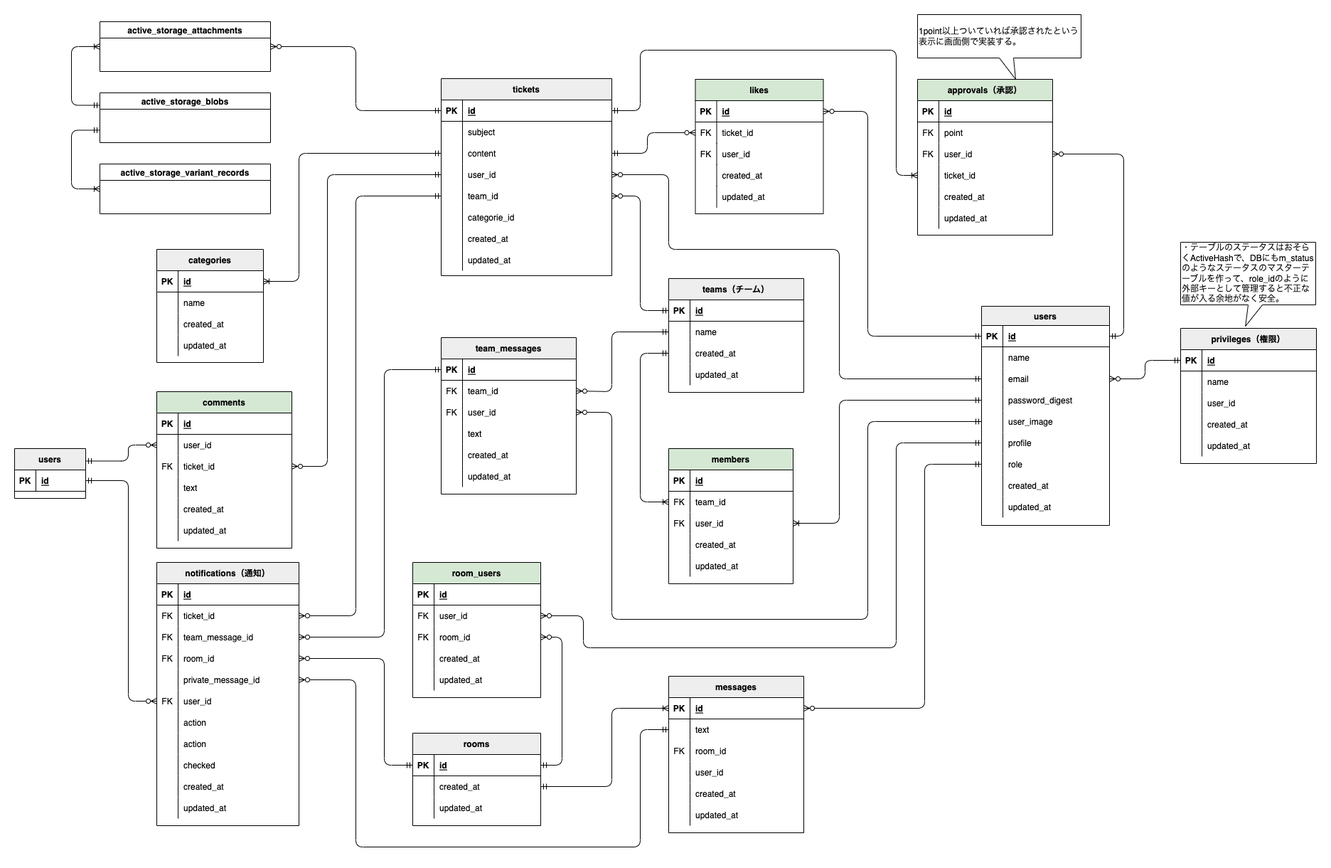
Above: app/assets/images/ER図.png in aki366/caian-app (draw.io), before the change. Source tidied: cells renumbered, new cells last; positions are measured from the earlier drawing's top-left corner, leaving out a move shared by most shapes.
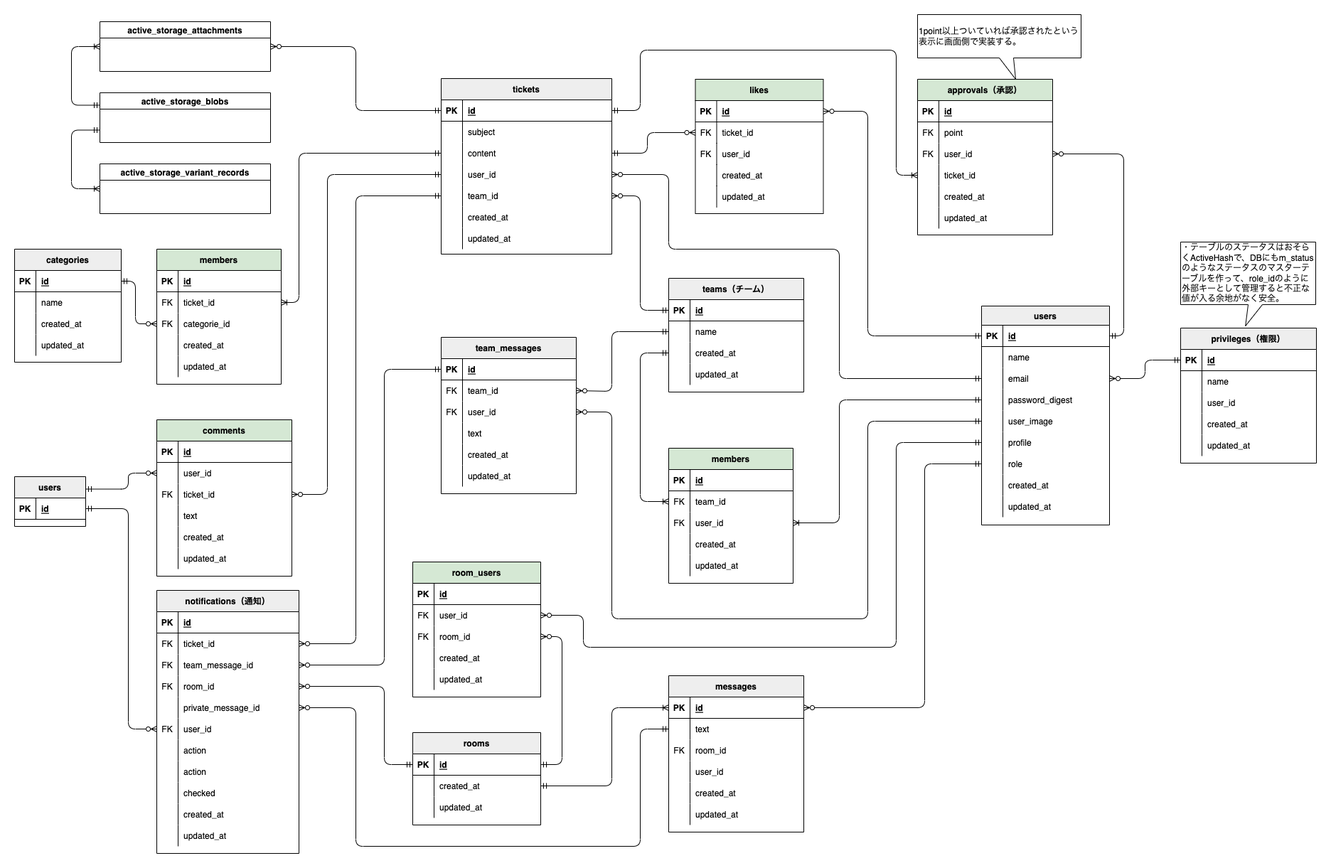
The same diagram one commit later.

Diff of the diagram source:
```diff
@@ -222,7 +222,7 @@
       <mxGeometry x="30" width="150" height="30" as="geometry" />
     </mxCell>
     <mxCell id="75" value="notifications（通知）" style="shape=table;startSize=30;rowLines=0;fontStyle=1;align=center;labelBackgroundColor=none;gradientDirection=radial;fillColor=#eeeeee;strokeColor=#000000;fontColor=#000000;" parent="1" vertex="1">
-      <mxGeometry x="200" y="770" width="200" height="370" as="geometry" />
+      <mxGeometry x="200" y="810" width="200" height="370" as="geometry" />
     </mxCell>
     <mxCell id="76" style="shape=partialRectangle;fillColor=none;top=0;left=0;bottom=1;right=0;strokeColor=#000000;fontColor=#000000;" parent="75" vertex="1">
       <mxGeometry y="30" width="200" height="30" as="geometry" />
@@ -423,7 +423,7 @@
       </mxGeometry>
     </mxCell>
     <mxCell id="130" value="tickets" style="shape=table;startSize=30;rowLines=0;fontStyle=1;align=center;fillColor=#eeeeee;strokeColor=#000000;fontColor=#000000;" parent="1" vertex="1">
-      <mxGeometry x="600" y="90" width="240" height="277" as="geometry" />
+      <mxGeometry x="600" y="90" width="240" height="247" as="geometry" />
     </mxCell>
     <mxCell id="131" style="shape=partialRectangle;fillColor=none;top=0;left=0;bottom=1;right=0;points=[[0,0.5],[1,0.5]];portConstraint=eastwest;strokeColor=#000000;fontColor=#000000;" parent="130" vertex="1">
       <mxGeometry y="30" width="240" height="30" as="geometry" />
@@ -470,17 +470,8 @@
     <mxCell id="145" value="team_id" style="shape=partialRectangle;fillColor=none;top=0;left=0;bottom=0;right=0;align=left;spacingLeft=6;overflow=hidden;strokeColor=#000000;fontColor=#000000;" parent="143" vertex="1">
       <mxGeometry x="30" width="210" height="30" as="geometry" />
     </mxCell>
-    <mxCell id="146" style="shape=partialRectangle;fillColor=none;top=0;left=0;bottom=0;right=0;strokeColor=#000000;fontColor=#000000;" parent="130" vertex="1">
-      <mxGeometry y="180" width="240" height="30" as="geometry" />
-    </mxCell>
-    <mxCell id="147" style="shape=partialRectangle;fillColor=none;top=0;left=0;bottom=0;right=0;overflow=hidden;fontColor=#000000;strokeColor=#000000;" parent="146" vertex="1">
-      <mxGeometry width="30" height="30" as="geometry" />
-    </mxCell>
-    <mxCell id="148" value="categorie_id" style="shape=partialRectangle;fillColor=none;top=0;left=0;bottom=0;right=0;align=left;spacingLeft=6;overflow=hidden;strokeColor=#000000;fontColor=#000000;" parent="146" vertex="1">
-      <mxGeometry x="30" width="210" height="30" as="geometry" />
-    </mxCell>
     <mxCell id="149" style="shape=partialRectangle;fillColor=none;top=0;left=0;bottom=0;right=0;strokeColor=#000000;fontColor=#000000;" parent="130" vertex="1">
-      <mxGeometry y="210" width="240" height="30" as="geometry" />
+      <mxGeometry y="180" width="240" height="30" as="geometry" />
     </mxCell>
     <mxCell id="150" style="shape=partialRectangle;fillColor=none;top=0;left=0;bottom=0;right=0;overflow=hidden;fontColor=#000000;strokeColor=#000000;" parent="149" vertex="1">
       <mxGeometry width="30" height="30" as="geometry" />
@@ -489,7 +480,7 @@
       <mxGeometry x="30" width="210" height="30" as="geometry" />
     </mxCell>
     <mxCell id="152" style="shape=partialRectangle;fillColor=none;top=0;left=0;bottom=0;right=0;strokeColor=#000000;fontColor=#000000;" parent="130" vertex="1">
-      <mxGeometry y="240" width="240" height="30" as="geometry" />
+      <mxGeometry y="210" width="240" height="30" as="geometry" />
     </mxCell>
     <mxCell id="153" style="shape=partialRectangle;fillColor=none;top=0;left=0;bottom=0;right=0;overflow=hidden;fontColor=#000000;strokeColor=#000000;" parent="152" vertex="1">
       <mxGeometry width="30" height="30" as="geometry" />
@@ -632,14 +623,14 @@
       <mxGeometry relative="1" as="geometry">
         <Array as="points">
           <mxPoint x="480" y="255" />
-          <mxPoint x="480" y="845" />
+          <mxPoint x="480" y="885" />
         </Array>
       </mxGeometry>
     </mxCell>
     <mxCell id="194" style="edgeStyle=orthogonalEdgeStyle;fontSize=12;html=1;endArrow=ERmandOne;endFill=0;elbow=vertical;entryX=0;entryY=0.5;entryDx=0;entryDy=0;startArrow=ERzeroToMany;startFill=0;exitX=1;exitY=0.5;exitDx=0;exitDy=0;strokeColor=#000000;fontColor=#000000;" parent="1" edge="1" source="85" target="66">
       <mxGeometry relative="1" as="geometry">
         <Array as="points">
-          <mxPoint x="520" y="905" />
+          <mxPoint x="520" y="945" />
           <mxPoint x="520" y="1055" />
         </Array>
       </mxGeometry>
@@ -655,7 +646,7 @@
     <mxCell id="196" style="edgeStyle=orthogonalEdgeStyle;fontSize=12;html=1;endArrow=ERmandOne;endFill=0;elbow=vertical;entryX=0;entryY=0.5;entryDx=0;entryDy=0;startArrow=ERzeroToMany;startFill=0;strokeColor=#000000;fontColor=#000000;exitX=1;exitY=0.5;exitDx=0;exitDy=0;" parent="1" edge="1" source="88" target="34">
       <mxGeometry relative="1" as="geometry">
         <Array as="points">
-          <mxPoint x="480" y="935" />
+          <mxPoint x="480" y="975" />
           <mxPoint x="480" y="1170" />
           <mxPoint x="880" y="1170" />
           <mxPoint x="880" y="1005" />
@@ -663,7 +654,7 @@
       </mxGeometry>
     </mxCell>
     <mxCell id="197" value="categories" style="shape=table;startSize=30;rowLines=0;fontStyle=1;align=center;swimlaneFillColor=none;gradientDirection=radial;fillColor=#eeeeee;strokeColor=#000000;fontColor=#000000;" parent="1" vertex="1">
-      <mxGeometry x="200" y="330" width="150" height="159" as="geometry" />
+      <mxGeometry y="330" width="150" height="159" as="geometry" />
     </mxCell>
     <mxCell id="198" style="shape=partialRectangle;fillColor=none;top=0;left=0;bottom=1;right=0;points=[[0,0.5],[1,0.5]];portConstraint=eastwest;strokeColor=#000000;fontColor=#000000;" parent="197" vertex="1">
       <mxGeometry y="30" width="150" height="30" as="geometry" />
@@ -701,11 +692,11 @@
     <mxCell id="209" value="updated_at" style="shape=partialRectangle;fillColor=none;top=0;left=0;bottom=0;right=0;align=left;spacingLeft=6;overflow=hidden;fontColor=#000000;strokeColor=#000000;" parent="207" vertex="1">
       <mxGeometry x="30" width="120" height="30" as="geometry" />
     </mxCell>
-    <mxCell id="210" style="edgeStyle=orthogonalEdgeStyle;fontSize=12;html=1;endArrow=ERoneToMany;endFill=0;startArrow=ERmandOne;startFill=0;entryX=1;entryY=0.5;entryDx=0;entryDy=0;exitX=0;exitY=0.5;exitDx=0;exitDy=0;strokeColor=#000000;fontColor=#000000;" parent="1" edge="1" source="137" target="198">
+    <mxCell id="210" style="edgeStyle=orthogonalEdgeStyle;fontSize=12;html=1;endArrow=ERoneToMany;endFill=0;startArrow=ERmandOne;startFill=0;entryX=1;entryY=0.5;entryDx=0;entryDy=0;exitX=0;exitY=0.5;exitDx=0;exitDy=0;strokeColor=#000000;fontColor=#000000;" parent="1" edge="1" source="137" target="305">
       <mxGeometry relative="1" as="geometry">
         <Array as="points">
           <mxPoint x="400" y="195" />
-          <mxPoint x="400" y="375" />
+          <mxPoint x="400" y="405" />
         </Array>
       </mxGeometry>
     </mxCell>
@@ -748,24 +739,16 @@
     <mxCell id="223" value="updated_at" style="shape=partialRectangle;fillColor=none;top=0;left=0;bottom=0;right=0;align=left;spacingLeft=6;overflow=hidden;fontColor=#000000;strokeColor=#000000;" parent="221" vertex="1">
       <mxGeometry x="30" width="160" height="30" as="geometry" />
     </mxCell>
-    <mxCell id="224" style="edgeStyle=orthogonalEdgeStyle;fontSize=12;html=1;endArrow=ERmandOne;endFill=0;startArrow=ERzeroToMany;startFill=0;entryX=0;entryY=0.5;entryDx=0;entryDy=0;strokeColor=#000000;exitX=1;exitY=0.5;exitDx=0;exitDy=0;fontColor=#000000;" parent="1" edge="1" source="x" target="212">
-      <mxGeometry relative="1" as="geometry">
-        <Array as="points">
-          <mxPoint x="880" y="285" />
-          <mxPoint x="880" y="416" />
-        </Array>
-      </mxGeometry>
-    </mxCell>
     <mxCell id="225" style="edgeStyle=orthogonalEdgeStyle;fontSize=12;html=1;endArrow=ERzeroToMany;endFill=1;exitX=0;exitY=0.5;exitDx=0;exitDy=0;startArrow=ERmandOne;startFill=0;entryX=1;entryY=0.5;entryDx=0;entryDy=0;strokeColor=#000000;fontColor=#000000;" parent="1" edge="1" source="140" target="233">
       <mxGeometry relative="1" as="geometry">
         <Array as="points">
           <mxPoint x="440" y="225" />
-          <mxPoint x="440" y="635" />
+          <mxPoint x="440" y="675" />
         </Array>
       </mxGeometry>
     </mxCell>
     <mxCell id="226" value="comments" style="shape=table;startSize=30;rowLines=0;fontStyle=1;align=center;fillColor=#d5e8d4;strokeColor=#000000;fontColor=#000000;" parent="1" vertex="1">
-      <mxGeometry x="200" y="530" width="190" height="220" as="geometry" />
+      <mxGeometry x="200" y="570" width="190" height="220" as="geometry" />
     </mxCell>
     <mxCell id="227" style="shape=partialRectangle;fillColor=none;top=0;left=0;bottom=1;right=0;fontColor=#000000;strokeColor=#000000;" parent="226" vertex="1">
       <mxGeometry y="30" width="190" height="30" as="geometry" />
@@ -824,13 +807,13 @@
     <mxCell id="245" style="edgeStyle=orthogonalEdgeStyle;fontSize=12;html=1;endArrow=ERzeroToMany;endFill=1;startArrow=ERmandOne;startFill=0;entryX=0;entryY=0.5;entryDx=0;entryDy=0;strokeColor=#000000;exitX=1;exitY=0.25;exitDx=0;exitDy=0;fontColor=#000000;" parent="1" edge="1" source="246" target="230">
       <mxGeometry relative="1" as="geometry">
         <Array as="points">
-          <mxPoint x="160" y="628" />
-          <mxPoint x="160" y="605" />
+          <mxPoint x="160" y="668" />
+          <mxPoint x="160" y="645" />
         </Array>
       </mxGeometry>
     </mxCell>
     <mxCell id="246" value="users" style="shape=table;startSize=30;rowLines=0;fontStyle=1;align=center;fillColor=#eeeeee;strokeColor=#000000;fontColor=#000000;" parent="1" vertex="1">
-      <mxGeometry y="610" width="100" height="70" as="geometry" />
+      <mxGeometry y="650" width="100" height="70" as="geometry" />
     </mxCell>
     <mxCell id="247" style="shape=partialRectangle;fillColor=none;top=0;left=0;bottom=1;right=0;points=[[0,0.5],[1,0.5]];portConstraint=eastwest;strokeColor=#000000;fontColor=#000000;" parent="246" vertex="1">
       <mxGeometry y="30" width="100" height="30" as="geometry" />
@@ -932,8 +915,8 @@
     <mxCell id="272" style="edgeStyle=orthogonalEdgeStyle;fontSize=12;html=1;endArrow=ERzeroToMany;endFill=1;startArrow=ERmandOne;startFill=0;entryX=0;entryY=0.5;entryDx=0;entryDy=0;strokeColor=#000000;exitX=1;exitY=0.5;exitDx=0;exitDy=0;fontColor=#000000;" parent="1" edge="1" source="247" target="91">
       <mxGeometry relative="1" as="geometry">
         <Array as="points">
-          <mxPoint x="160" y="655" />
-          <mxPoint x="160" y="965" />
+          <mxPoint x="160" y="695" />
+          <mxPoint x="160" y="1005" />
         </Array>
       </mxGeometry>
     </mxCell>
@@ -1034,7 +1017,7 @@
       <mxGeometry relative="1" as="geometry">
         <Array as="points">
           <mxPoint x="520" y="499" />
-          <mxPoint x="520" y="875" />
+          <mxPoint x="520" y="915" />
         </Array>
       </mxGeometry>
     </mxCell>
@@ -1055,5 +1038,61 @@
         </Array>
       </mxGeometry>
     </mxCell>
+    <mxCell id="301" value="members" style="shape=table;startSize=30;rowLines=0;fontStyle=1;align=center;fillColor=#d5e8d4;strokeColor=#000000;fontColor=#000000;" parent="1" vertex="1">
+      <mxGeometry x="200" y="330" width="175" height="190" as="geometry" />
+    </mxCell>
+    <mxCell id="302" style="shape=partialRectangle;fillColor=none;top=0;left=0;bottom=1;right=0;strokeColor=#000000;fontColor=#000000;" parent="301" vertex="1">
+      <mxGeometry y="30" width="175" height="30" as="geometry" />
+    </mxCell>
+    <mxCell id="303" value="PK" style="shape=partialRectangle;fillColor=none;top=0;left=0;bottom=0;right=0;fontStyle=1;overflow=hidden;strokeColor=#000000;fontColor=#000000;" parent="302" vertex="1">
+      <mxGeometry width="30" height="30" as="geometry" />
+    </mxCell>
+    <mxCell id="304" value="id" style="shape=partialRectangle;fillColor=none;top=0;left=0;bottom=0;right=0;align=left;spacingLeft=6;fontStyle=5;overflow=hidden;strokeColor=#000000;fontColor=#000000;" parent="302" vertex="1">
+      <mxGeometry x="30" width="145" height="30" as="geometry" />
+    </mxCell>
+    <mxCell id="305" style="shape=partialRectangle;fillColor=none;top=0;left=0;bottom=0;right=0;points=[[0,0.5],[1,0.5]];portConstraint=eastwest;strokeColor=#000000;fontColor=#000000;" parent="301" vertex="1">
+      <mxGeometry y="60" width="175" height="30" as="geometry" />
+    </mxCell>
+    <mxCell id="306" value="FK" style="shape=partialRectangle;fillColor=none;top=0;left=0;bottom=0;right=0;overflow=hidden;fontColor=#000000;strokeColor=#000000;" parent="305" vertex="1">
+      <mxGeometry width="30" height="30" as="geometry" />
+    </mxCell>
+    <mxCell id="307" value="ticket_id" style="shape=partialRectangle;fillColor=none;top=0;left=0;bottom=0;right=0;align=left;spacingLeft=6;overflow=hidden;strokeColor=#000000;fontColor=#000000;" parent="305" vertex="1">
+      <mxGeometry x="30" width="145" height="30" as="geometry" />
+    </mxCell>
+    <mxCell id="308" style="shape=partialRectangle;fillColor=none;top=0;left=0;bottom=0;right=0;points=[[0,0.5],[1,0.5]];portConstraint=eastwest;strokeColor=#000000;fontColor=#000000;" parent="301" vertex="1">
+      <mxGeometry y="90" width="175" height="30" as="geometry" />
+    </mxCell>
+    <mxCell id="309" value="FK" style="shape=partialRectangle;fillColor=none;top=0;left=0;bottom=0;right=0;overflow=hidden;strokeColor=#000000;fontColor=#000000;" parent="308" vertex="1">
+      <mxGeometry width="30" height="30" as="geometry" />
+    </mxCell>
+    <mxCell id="148" value="categorie_id" style="shape=partialRectangle;fillColor=none;top=0;left=0;bottom=0;right=0;align=left;spacingLeft=6;overflow=hidden;strokeColor=#000000;fontColor=#000000;" parent="308" vertex="1">
+      <mxGeometry x="30" width="145" height="30" as="geometry" />
+    </mxCell>
+    <mxCell id="310" style="shape=partialRectangle;fillColor=none;top=0;left=0;bottom=0;right=0;strokeColor=#000000;fontColor=#000000;" parent="301" vertex="1">
+      <mxGeometry y="120" width="175" height="30" as="geometry" />
+    </mxCell>
+    <mxCell id="311" style="shape=partialRectangle;fillColor=none;top=0;left=0;bottom=0;right=0;overflow=hidden;strokeColor=#000000;fontColor=#000000;" parent="310" vertex="1">
+      <mxGeometry width="30" height="30" as="geometry" />
+    </mxCell>
+    <mxCell id="312" value="created_at" style="shape=partialRectangle;fillColor=none;top=0;left=0;bottom=0;right=0;align=left;spacingLeft=6;overflow=hidden;strokeColor=#000000;fontColor=#000000;" parent="310" vertex="1">
+      <mxGeometry x="30" width="145" height="30" as="geometry" />
+    </mxCell>
+    <mxCell id="313" style="shape=partialRectangle;fillColor=none;top=0;left=0;bottom=0;right=0;strokeColor=#000000;fontColor=#000000;" parent="301" vertex="1">
+      <mxGeometry y="150" width="175" height="30" as="geometry" />
+    </mxCell>
+    <mxCell id="314" style="shape=partialRectangle;fillColor=none;top=0;left=0;bottom=0;right=0;overflow=hidden;strokeColor=#000000;fontColor=#000000;" parent="313" vertex="1">
+      <mxGeometry width="30" height="30" as="geometry" />
+    </mxCell>
+    <mxCell id="315" value="updated_at" style="shape=partialRectangle;fillColor=none;top=0;left=0;bottom=0;right=0;align=left;spacingLeft=6;overflow=hidden;strokeColor=#000000;fontColor=#000000;" parent="313" vertex="1">
+      <mxGeometry x="30" width="145" height="30" as="geometry" />
+    </mxCell>
+    <mxCell id="316" style="edgeStyle=orthogonalEdgeStyle;fontSize=12;html=1;endArrow=ERzeroToMany;endFill=0;startArrow=ERmandOne;startFill=0;entryX=0;entryY=0.5;entryDx=0;entryDy=0;strokeColor=#000000;exitX=1;exitY=0.5;exitDx=0;exitDy=0;fontColor=#000000;" parent="1" edge="1" source="198" target="308">
+      <mxGeometry relative="1" as="geometry">
+        <Array as="points">
+          <mxPoint x="170" y="375" />
+          <mxPoint x="170" y="435" />
+        </Array>
+      </mxGeometry>
+    </mxCell>
   </root>
 </mxGraphModel>
```
